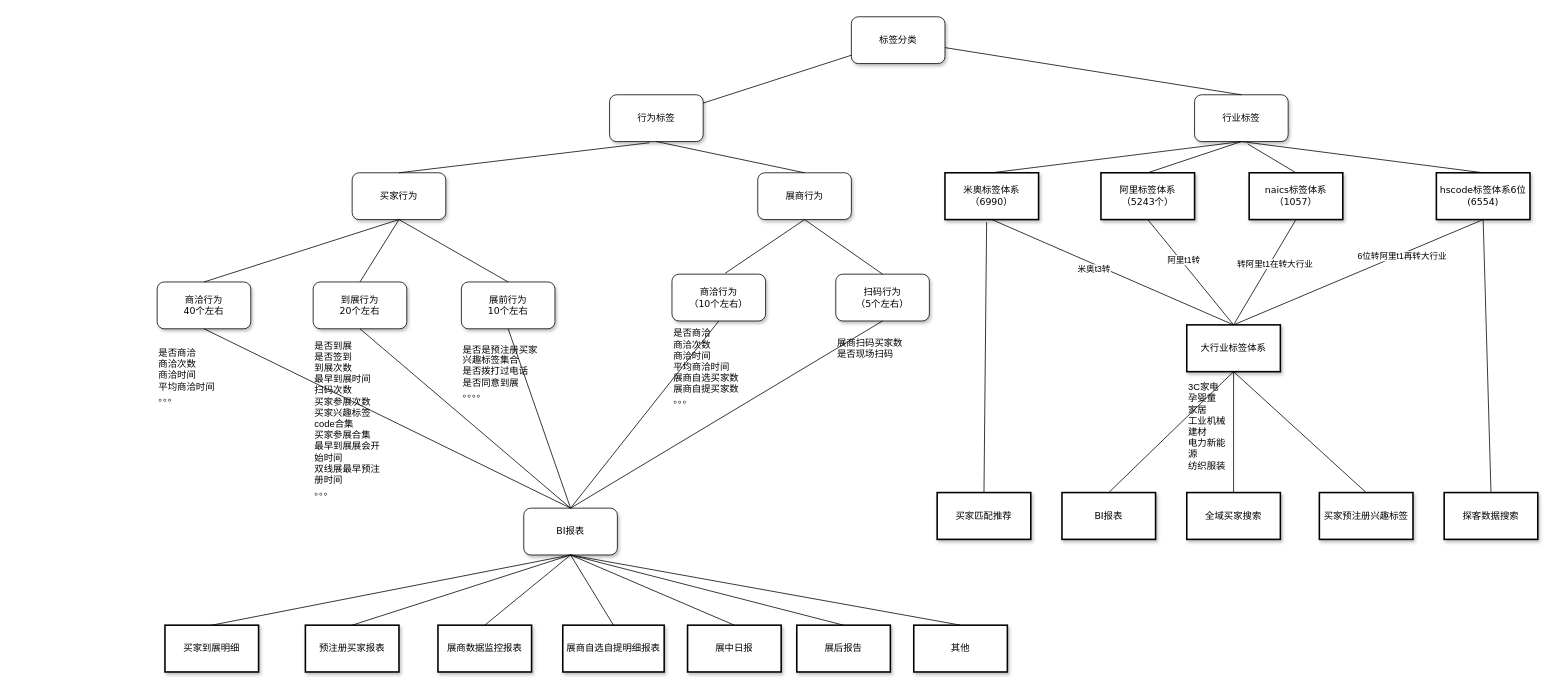
Before: 标签划分.drawio in HLSO6/draw, a draw.io diagram. Source tidied: cells renumbered, new cells numbered last; positions are measured from the earlier drawing's top-left corner, leaving out a move shared by most shapes. Both pictures are drawn from the tidied source at 78%, with x=0, y=0 at pixel (157, 16).
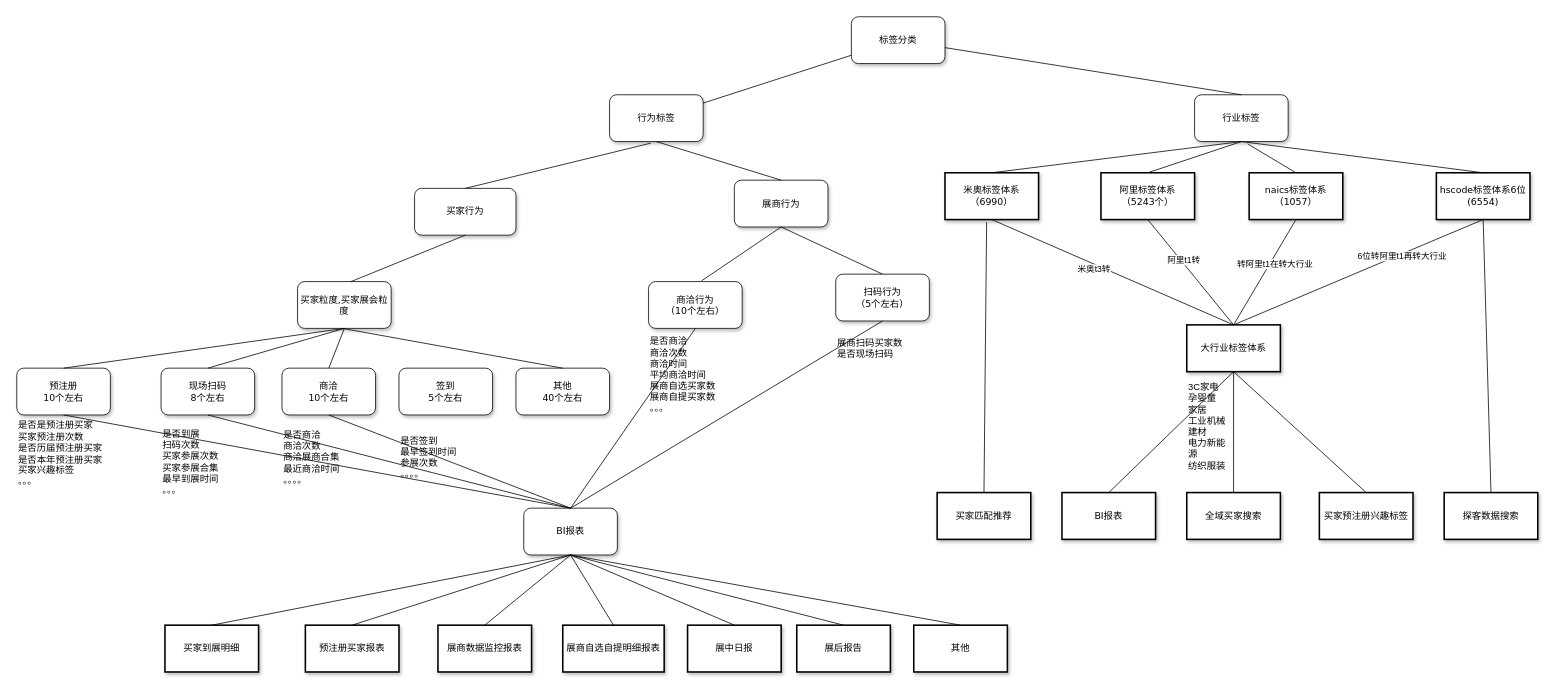
The same page after the edit.

Commit message:
更新标签划分.drawio

Unchanged cells that the change refers to:
```xml
<mxCell id="3" value="&lt;span&gt;行为标签&lt;/span&gt;" style="whiteSpace=wrap;html=1;rounded=1;shadow=1;labelBackgroundColor=none;strokeWidth=1;fontFamily=Verdana;fontSize=12;align=center;" parent="1" vertex="1">
  <mxGeometry x="580" y="100" width="120" height="60" as="geometry" />
</mxCell>
<mxCell id="44" value="&lt;span&gt;BI报表&lt;br&gt;&lt;/span&gt;" style="whiteSpace=wrap;html=1;rounded=1;shadow=1;labelBackgroundColor=none;strokeWidth=1;fontFamily=Verdana;fontSize=12;align=center;" parent="1" vertex="1">
  <mxGeometry x="470" y="630" width="120" height="60" as="geometry" />
</mxCell>
```

What changed in the source:
```diff
@@
-    <mxCell id="6" value="&lt;span&gt;买家行为&lt;/span&gt;" style="whiteSpace=wrap;html=1;rounded=1;shadow=1;labelBackgroundColor=none;strokeWidth=1;fontFamily=Verdana;fontSize=12;align=center;" parent="1" vertex="1">
-      <mxGeometry x="250" y="200" width="120" height="60" as="geometry" />
+    <mxCell id="6" value="买家粒度,买家展会粒度" style="whiteSpace=wrap;html=1;rounded=1;shadow=1;labelBackgroundColor=none;strokeWidth=1;fontFamily=Verdana;fontSize=12;align=center;" parent="1" vertex="1">
+      <mxGeometry x="180" y="339.5" width="120" height="60" as="geometry" />
     </mxCell>
     <mxCell id="7" value="&lt;span&gt;展商行为&lt;/span&gt;" style="whiteSpace=wrap;html=1;rounded=1;shadow=1;labelBackgroundColor=none;strokeWidth=1;fontFamily=Verdana;fontSize=12;align=center;" parent="1" vertex="1">
-      <mxGeometry x="770" y="200" width="120" height="60" as="geometry" />
+      <mxGeometry x="740" y="209.5" width="120" height="60" as="geometry" />
     </mxCell>
@@
-    <mxCell id="10" value="&lt;span&gt;商洽行为&lt;br&gt;40个左右&lt;br&gt;&lt;/span&gt;" style="whiteSpace=wrap;html=1;rounded=1;shadow=1;labelBackgroundColor=none;strokeWidth=1;fontFamily=Verdana;fontSize=12;align=center;" parent="1" vertex="1">
-      <mxGeometry y="340" width="120" height="60" as="geometry" />
+    <mxCell id="10" value="预注册&lt;span&gt;&lt;br&gt;10个左右&lt;br&gt;&lt;/span&gt;" style="whiteSpace=wrap;html=1;rounded=1;shadow=1;labelBackgroundColor=none;strokeWidth=1;fontFamily=Verdana;fontSize=12;align=center;" parent="1" vertex="1">
+      <mxGeometry x="-180" y="450.5" width="120" height="60" as="geometry" />
     </mxCell>
-    <mxCell id="11" value="&lt;span&gt;到展行为&lt;br&gt;20个左右&lt;br&gt;&lt;/span&gt;" style="whiteSpace=wrap;html=1;rounded=1;shadow=1;labelBackgroundColor=none;strokeWidth=1;fontFamily=Verdana;fontSize=12;align=center;" parent="1" vertex="1">
-      <mxGeometry x="200" y="340" width="120" height="60" as="geometry" />
+    <mxCell id="11" value="现场扫码&lt;span&gt;&lt;br&gt;8个左右&lt;br&gt;&lt;/span&gt;" style="whiteSpace=wrap;html=1;rounded=1;shadow=1;labelBackgroundColor=none;strokeWidth=1;fontFamily=Verdana;fontSize=12;align=center;" parent="1" vertex="1">
+      <mxGeometry x="5" y="450.5" width="120" height="60" as="geometry" />
     </mxCell>
@@
-    <mxCell id="21" value="展前行为&lt;br&gt;10个左右" style="whiteSpace=wrap;html=1;rounded=1;shadow=1;labelBackgroundColor=none;strokeWidth=1;fontFamily=Verdana;fontSize=12;align=center;" parent="1" vertex="1">
-      <mxGeometry x="390" y="340" width="120" height="60" as="geometry" />
+    <mxCell id="21" value="商洽&lt;br&gt;10个左右" style="whiteSpace=wrap;html=1;rounded=1;shadow=1;labelBackgroundColor=none;strokeWidth=1;fontFamily=Verdana;fontSize=12;align=center;" parent="1" vertex="1">
+      <mxGeometry x="160" y="450.5" width="120" height="60" as="geometry" />
     </mxCell>
@@
     <mxCell id="23" value="&lt;span&gt;商洽行为&lt;br&gt;（10个左右）&lt;/span&gt;" style="whiteSpace=wrap;html=1;rounded=1;shadow=1;labelBackgroundColor=none;strokeWidth=1;fontFamily=Verdana;fontSize=12;align=center;" parent="1" vertex="1">
-      <mxGeometry x="660" y="330" width="120" height="60" as="geometry" />
+      <mxGeometry x="630" y="339.5" width="120" height="60" as="geometry" />
     </mxCell>
@@
-    <mxCell id="27" style="endArrow=none;html=1;rounded=0;entryX=0.427;entryY=1.025;entryDx=0;entryDy=0;exitX=0.5;exitY=0;exitDx=0;exitDy=0;entryPerimeter=0;" parent="1" edge="1" source="6" target="3">
-      <mxGeometry relative="1" as="geometry" />
-    </mxCell>
@@
-    <mxCell id="29" value="是否商洽&lt;br&gt;商洽次数&lt;br&gt;商洽时间&lt;br&gt;平均商洽时间&lt;br&gt;。。。" style="text;html=1;strokeColor=none;fillColor=none;align=left;verticalAlign=middle;whiteSpace=wrap;rounded=0;" parent="1" vertex="1">
-      <mxGeometry y="450" width="80" height="20" as="geometry" />
+    <mxCell id="29" value="是否是预注册买家&lt;br&gt;买家预注册次数&lt;br&gt;是否历届预注册买家&lt;br&gt;是否本年预注册买家&lt;br&gt;买家兴趣标签&lt;br&gt;。。。" style="text;html=1;strokeColor=none;fillColor=none;align=left;verticalAlign=middle;whiteSpace=wrap;rounded=0;" parent="1" vertex="1">
+      <mxGeometry x="-180" y="549.5" width="110" height="20" as="geometry" />
     </mxCell>
-    <mxCell id="30" value="是否到展&lt;br&gt;是否签到&lt;br&gt;到展次数&lt;br&gt;最早到展时间&lt;br&gt;扫码次数&lt;br&gt;&lt;div&gt;买家参展次数&lt;/div&gt;&lt;div&gt;买家兴趣标签code合集&lt;/div&gt;&lt;div&gt;买家参展合集&lt;/div&gt;&lt;div&gt;最早到展展会开始时间&lt;/div&gt;&lt;div&gt;双线展最早预注册时间&lt;/div&gt;。。。" style="text;html=1;strokeColor=none;fillColor=none;align=left;verticalAlign=middle;whiteSpace=wrap;rounded=0;" parent="1" vertex="1">
-      <mxGeometry x="200" y="499.5" width="90" height="31" as="geometry" />
-    </mxCell>
-    <mxCell id="31" value="是否是预注册买家&lt;br&gt;兴趣标签集合&lt;br&gt;是否拨打过电话&lt;br&gt;是否同意到展&lt;br&gt;。。。。" style="text;html=1;align=left;verticalAlign=middle;strokeColor=none;fillColor=none;" parent="1" vertex="1">
-      <mxGeometry x="390" y="409.5" width="120" height="90" as="geometry" />
+    <mxCell id="31" value="是否签到&lt;br&gt;最早签到时间&lt;br&gt;参展次数&lt;br&gt;。。。。" style="text;html=1;align=left;verticalAlign=middle;strokeColor=none;fillColor=none;" parent="1" vertex="1">
+      <mxGeometry x="310" y="530" width="100" height="70" as="geometry" />
     </mxCell>
     <mxCell id="32" value="是否商洽&lt;br&gt;商洽次数&lt;br&gt;商洽时间&lt;br&gt;平均商洽时间&lt;br&gt;展商自选买家数&lt;br&gt;展商自提买家数&lt;br&gt;。。。" style="text;html=1;strokeColor=none;fillColor=none;align=left;verticalAlign=middle;whiteSpace=wrap;rounded=0;" parent="1" vertex="1">
-      <mxGeometry x="660" y="439" width="110" height="20" as="geometry" />
+      <mxGeometry x="630" y="448.5" width="110" height="20" as="geometry" />
     </mxCell>
@@
-    <mxCell id="49" style="endArrow=none;html=1;rounded=0;entryX=0.5;entryY=0;entryDx=0;entryDy=0;exitX=0.5;exitY=1;exitDx=0;exitDy=0;" parent="1" edge="1" source="10" target="44">
-      <mxGeometry relative="1" as="geometry" />
-    </mxCell>
@@
+    <mxCell id="74" value="其他&lt;br&gt;40个左右" style="whiteSpace=wrap;html=1;rounded=1;shadow=1;labelBackgroundColor=none;strokeWidth=1;fontFamily=Verdana;fontSize=12;align=center;" parent="1" vertex="1">
+      <mxGeometry x="460" y="450.5" width="120" height="60" as="geometry" />
+    </mxCell>
+    <mxCell id="75" style="endArrow=none;html=1;rounded=0;exitX=0.5;exitY=0;exitDx=0;exitDy=0;" parent="1" edge="1" source="74">
+      <mxGeometry relative="1" as="geometry">
+        <mxPoint x="240" y="400" as="targetPoint" />
+      </mxGeometry>
+    </mxCell>
+    <mxCell id="76" value="买家行为" style="whiteSpace=wrap;html=1;rounded=1;shadow=1;labelBackgroundColor=none;strokeWidth=1;fontFamily=Verdana;fontSize=12;align=center;" parent="1" vertex="1">
+      <mxGeometry x="330" y="220" width="130" height="60" as="geometry" />
+    </mxCell>
+    <mxCell id="77" value="签到&lt;br&gt;5个左右" style="whiteSpace=wrap;html=1;rounded=1;shadow=1;labelBackgroundColor=none;strokeWidth=1;fontFamily=Verdana;fontSize=12;align=center;" parent="1" vertex="1">
+      <mxGeometry x="310" y="450.5" width="120" height="60" as="geometry" />
+    </mxCell>
+    <mxCell id="78" style="endArrow=none;html=1;rounded=0;exitX=0.5;exitY=1;exitDx=0;exitDy=0;" parent="1" edge="1" source="10">
+      <mxGeometry relative="1" as="geometry">
+        <mxPoint x="530" y="630" as="targetPoint" />
+      </mxGeometry>
+    </mxCell>
+    <mxCell id="30" value="是否到展&lt;br&gt;扫码次数&lt;br&gt;&lt;div&gt;买家参展次数&lt;/div&gt;&lt;div&gt;买家参展合集&lt;/div&gt;&lt;div&gt;最早到展时间&lt;/div&gt;。。。" style="text;html=1;strokeColor=none;fillColor=none;align=left;verticalAlign=middle;whiteSpace=wrap;rounded=0;" parent="1" vertex="1">
+      <mxGeometry x="5" y="556" width="90" height="30" as="geometry" />
+    </mxCell>
+    <mxCell id="79" value="是否商洽&amp;nbsp;&lt;br&gt;商洽次数&lt;br&gt;商洽展商合集&lt;br&gt;最近商洽时间&lt;br&gt;。。。。" style="text;html=1;align=left;verticalAlign=middle;strokeColor=none;fillColor=none;" parent="1" vertex="1">
+      <mxGeometry x="160" y="520" width="100" height="90" as="geometry" />
+    </mxCell>
+    <mxCell id="80" style="endArrow=none;html=1;rounded=0;exitX=0.44;exitY=1.034;exitDx=0;exitDy=0;exitPerimeter=0;entryX=0.5;entryY=0;entryDx=0;entryDy=0;" parent="1" edge="1" source="3" target="76">
+      <mxGeometry relative="1" as="geometry" />
+    </mxCell>
+    <mxCell id="81" style="endArrow=none;html=1;rounded=0;exitX=0.567;exitY=0.003;exitDx=0;exitDy=0;exitPerimeter=0;entryX=0.5;entryY=1;entryDx=0;entryDy=0;" parent="1" edge="1" source="6" target="76">
+      <mxGeometry relative="1" as="geometry" />
+    </mxCell>
```
